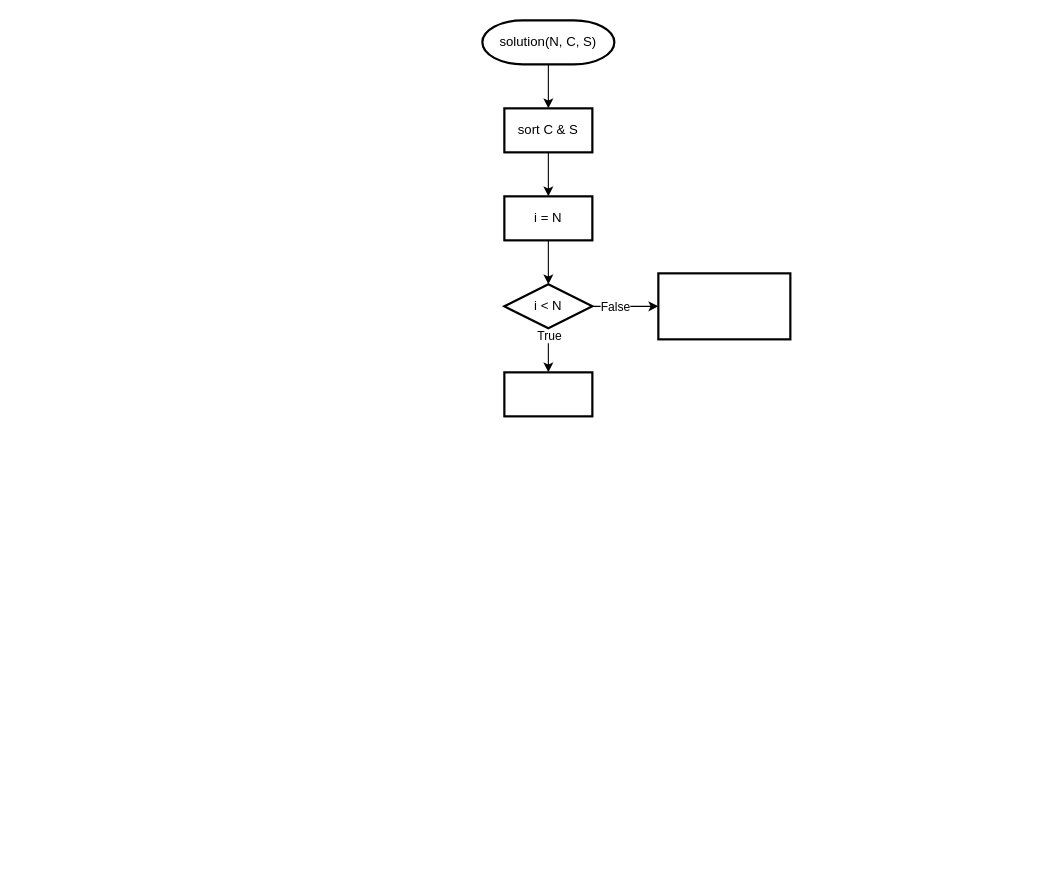
This is color ball.drawio from kalgory/201113_Color-Ball_JHM, a draw.io file, before an edit. Source tidied: cells renumbered, new cells numbered last; positions are measured from the earlier drawing's top-left corner, leaving out a move shared by most shapes. Both pictures are drawn from the tidied source at 110%, with x=0, y=0 at pixel (482, 20).
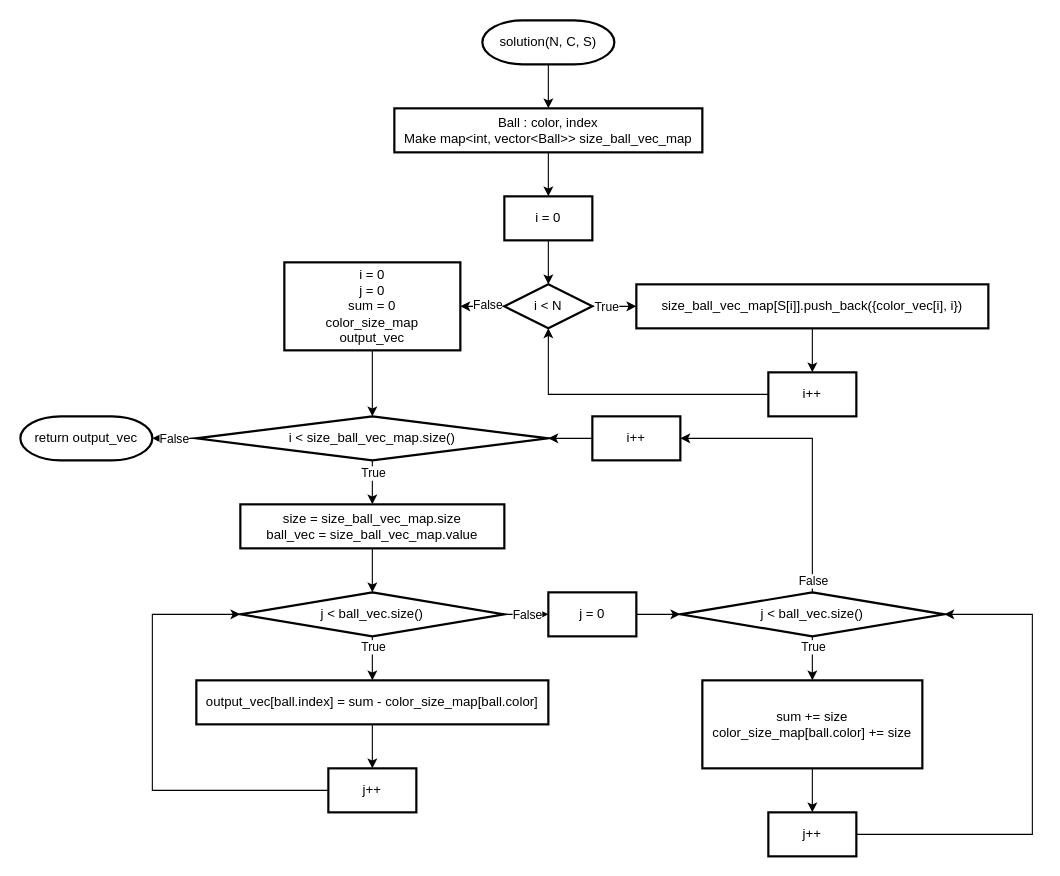
After the change.

Unchanged cells that the change refers to:
```xml
<mxCell id="3" value="solution(N, C, S)" style="strokeWidth=2;html=1;shape=mxgraph.flowchart.terminator;whiteSpace=wrap;" parent="1" vertex="1">
  <mxGeometry width="120" height="40" as="geometry" />
</mxCell>
<mxCell id="8" value="i &amp;lt; N" style="rhombus;whiteSpace=wrap;html=1;strokeWidth=2;" parent="1" vertex="1">
  <mxGeometry x="20" y="240" width="80" height="40" as="geometry" />
</mxCell>
```

Change to the diagram source:
```diff
@@
-    <mxCell id="2" style="edgeStyle=orthogonalEdgeStyle;rounded=0;jettySize=auto;html=1;" parent="1" edge="1" source="3" target="14">
-      <mxGeometry relative="1" as="geometry" />
-    </mxCell>
+    <mxCell id="15" style="edgeStyle=orthogonalEdgeStyle;rounded=0;jettySize=auto;html=1;" parent="1" edge="1" source="3" target="26">
+      <mxGeometry relative="1" as="geometry" />
+    </mxCell>
@@
-    <mxCell id="4" style="edgeStyle=orthogonalEdgeStyle;rounded=0;jettySize=auto;html=1;" parent="1" edge="1" source="8" target="9">
-      <mxGeometry relative="1" as="geometry" />
-    </mxCell>
-    <mxCell id="5" value="True" style="edgeLabel;html=1;align=center;verticalAlign=middle;" parent="4" vertex="1">
-      <mxGeometry x="-0.72" y="1" relative="1" as="geometry">
-        <mxPoint x="-1" as="offset" />
-      </mxGeometry>
-    </mxCell>
-    <mxCell id="6" style="edgeStyle=orthogonalEdgeStyle;rounded=0;jettySize=auto;html=1;" parent="1" edge="1" source="8" target="12">
-      <mxGeometry relative="1" as="geometry" />
-    </mxCell>
-    <mxCell id="7" value="False" style="edgeLabel;html=1;align=center;verticalAlign=middle;" parent="6" vertex="1">
-      <mxGeometry x="-0.75" y="3" relative="1" as="geometry">
-        <mxPoint x="12.6" y="3" as="offset" />
-      </mxGeometry>
-    </mxCell>
+    <mxCell id="16" style="edgeStyle=orthogonalEdgeStyle;rounded=0;jettySize=auto;html=1;" parent="1" edge="1" source="20" target="50">
+      <mxGeometry relative="1" as="geometry" />
+    </mxCell>
+    <mxCell id="17" value="True" style="edgeLabel;html=1;align=center;verticalAlign=middle;" parent="16" vertex="1">
+      <mxGeometry x="-0.43" y="-3" relative="1" as="geometry">
+        <mxPoint x="3" as="offset" />
+      </mxGeometry>
+    </mxCell>
+    <mxCell id="18" style="edgeStyle=orthogonalEdgeStyle;rounded=0;jettySize=auto;html=1;" parent="1" edge="1" source="20" target="27">
+      <mxGeometry relative="1" as="geometry" />
+    </mxCell>
+    <mxCell id="19" value="False" style="edgeLabel;html=1;align=center;verticalAlign=middle;" parent="18" vertex="1">
+      <mxGeometry x="-0.09" relative="1" as="geometry">
+        <mxPoint x="-2.1" as="offset" />
+      </mxGeometry>
+    </mxCell>
+    <mxCell id="20" value="i &amp;lt; size_ball_vec_map.size()" style="rhombus;whiteSpace=wrap;html=1;strokeWidth=2;" parent="1" vertex="1">
+      <mxGeometry x="-260" y="360" width="320" height="40" as="geometry" />
+    </mxCell>
+    <mxCell id="21" style="edgeStyle=orthogonalEdgeStyle;rounded=0;jettySize=auto;html=1;" parent="1" edge="1" source="22" target="34">
+      <mxGeometry relative="1" as="geometry" />
+    </mxCell>
+    <mxCell id="22" value="output_vec[ball.index] = sum - color_size_map[ball.color]" style="whiteSpace=wrap;html=1;strokeWidth=2;" parent="1" vertex="1">
+      <mxGeometry x="-260" y="600" width="320" height="40" as="geometry" />
+    </mxCell>
+    <mxCell id="23" style="edgeStyle=orthogonalEdgeStyle;rounded=0;jettySize=auto;html=1;" parent="1" edge="1" source="24" target="20">
+      <mxGeometry relative="1" as="geometry" />
+    </mxCell>
+    <mxCell id="24" value="i = 0&lt;br&gt;j = 0&lt;br&gt;sum = 0&lt;br&gt;color_size_map&lt;br&gt;output_vec" style="whiteSpace=wrap;html=1;strokeWidth=2;" parent="1" vertex="1">
+      <mxGeometry x="-180" y="220" width="160" height="80" as="geometry" />
+    </mxCell>
+    <mxCell id="25" style="edgeStyle=orthogonalEdgeStyle;rounded=0;jettySize=auto;html=1;" parent="1" edge="1" source="26" target="38">
+      <mxGeometry relative="1" as="geometry" />
+    </mxCell>
+    <mxCell id="26" value="&lt;div style=&quot;&quot;&gt;&lt;span&gt;Ball :&amp;nbsp;&lt;/span&gt;&lt;span&gt;color, index&lt;/span&gt;&lt;/div&gt;&lt;div style=&quot;&quot;&gt;Make map&amp;lt;int, vector&amp;lt;Ball&amp;gt;&amp;gt; size_ball_vec_map&lt;/div&gt;" style="whiteSpace=wrap;html=1;strokeWidth=2;align=center;" parent="1" vertex="1">
+      <mxGeometry x="-80" y="80" width="280" height="40" as="geometry" />
+    </mxCell>
+    <mxCell id="27" value="return output_vec" style="strokeWidth=2;html=1;shape=mxgraph.flowchart.terminator;whiteSpace=wrap;" parent="1" vertex="1">
+      <mxGeometry x="-420" y="360" width="120" height="40" as="geometry" />
+    </mxCell>
+    <mxCell id="28" style="edgeStyle=orthogonalEdgeStyle;rounded=0;jettySize=auto;html=1;" parent="1" edge="1" source="32" target="22">
+      <mxGeometry relative="1" as="geometry" />
+    </mxCell>
+    <mxCell id="29" value="True" style="edgeLabel;html=1;align=center;verticalAlign=middle;" parent="28" vertex="1">
+      <mxGeometry x="-0.53" y="-2" relative="1" as="geometry">
+        <mxPoint x="2" as="offset" />
+      </mxGeometry>
+    </mxCell>
+    <mxCell id="30" style="edgeStyle=orthogonalEdgeStyle;rounded=0;jettySize=auto;html=1;" parent="1" edge="1" source="32" target="48">
+      <mxGeometry relative="1" as="geometry" />
+    </mxCell>
+    <mxCell id="31" value="False" style="edgeLabel;html=1;align=center;verticalAlign=middle;" parent="30" vertex="1">
+      <mxGeometry x="-0.66" y="3" relative="1" as="geometry">
+        <mxPoint x="13.1" y="3" as="offset" />
+      </mxGeometry>
+    </mxCell>
+    <mxCell id="32" value="j &amp;lt; ball_vec.size()" style="rhombus;whiteSpace=wrap;html=1;strokeWidth=2;" parent="1" vertex="1">
+      <mxGeometry x="-220" y="520" width="240" height="40" as="geometry" />
+    </mxCell>
+    <mxCell id="33" style="edgeStyle=orthogonalEdgeStyle;rounded=0;jettySize=auto;html=1;entryX=0;entryY=0.5;entryDx=0;entryDy=0;" parent="1" edge="1" source="34" target="32">
+      <mxGeometry relative="1" as="geometry">
+        <Array as="points">
+          <mxPoint x="-300" y="700" />
+          <mxPoint x="-300" y="540" />
+        </Array>
+      </mxGeometry>
+    </mxCell>
+    <mxCell id="34" value="j++" style="whiteSpace=wrap;html=1;strokeWidth=2;" parent="1" vertex="1">
+      <mxGeometry x="-140" y="680" width="80" height="40" as="geometry" />
+    </mxCell>
+    <mxCell id="35" style="edgeStyle=orthogonalEdgeStyle;rounded=0;jettySize=auto;html=1;entryX=1;entryY=0.5;entryDx=0;entryDy=0;" parent="1" edge="1" source="36" target="20">
+      <mxGeometry relative="1" as="geometry" />
+    </mxCell>
+    <mxCell id="36" value="i++" style="whiteSpace=wrap;html=1;strokeWidth=2;" parent="1" vertex="1">
+      <mxGeometry x="100" y="360" width="80" height="40" as="geometry" />
+    </mxCell>
+    <mxCell id="37" style="edgeStyle=orthogonalEdgeStyle;rounded=0;jettySize=auto;html=1;" parent="1" edge="1" source="38" target="8">
+      <mxGeometry relative="1" as="geometry" />
+    </mxCell>
+    <mxCell id="38" value="i = 0" style="whiteSpace=wrap;html=1;strokeWidth=2;" parent="1" vertex="1">
+      <mxGeometry x="20" y="160" width="80" height="40" as="geometry" />
+    </mxCell>
+    <mxCell id="39" style="edgeStyle=orthogonalEdgeStyle;rounded=0;jettySize=auto;html=1;" parent="1" edge="1" source="8" target="44">
+      <mxGeometry relative="1" as="geometry" />
+    </mxCell>
+    <mxCell id="40" value="True" style="edgeLabel;html=1;align=center;verticalAlign=middle;" parent="39" vertex="1">
+      <mxGeometry x="-0.32" y="-2" relative="1" as="geometry">
+        <mxPoint x="-1.8" y="-2" as="offset" />
+      </mxGeometry>
+    </mxCell>
+    <mxCell id="41" style="edgeStyle=orthogonalEdgeStyle;rounded=0;jettySize=auto;html=1;entryX=1;entryY=0.5;entryDx=0;entryDy=0;" parent="1" edge="1" source="8" target="24">
+      <mxGeometry relative="1" as="geometry" />
+    </mxCell>
+    <mxCell id="42" value="False" style="edgeLabel;html=1;align=center;verticalAlign=middle;" parent="41" vertex="1">
+      <mxGeometry x="0.08" y="-2" relative="1" as="geometry">
+        <mxPoint x="6" as="offset" />
+      </mxGeometry>
+    </mxCell>
@@
-    <mxCell id="9" style="whiteSpace=wrap;html=1;strokeWidth=2;" parent="1" vertex="1">
-      <mxGeometry x="20" y="320" width="80" height="40" as="geometry" />
-    </mxCell>
-    <mxCell id="10" style="edgeStyle=orthogonalEdgeStyle;rounded=0;jettySize=auto;html=1;" parent="1" edge="1" source="11" target="8">
-      <mxGeometry relative="1" as="geometry" />
-    </mxCell>
-    <mxCell id="11" value="i = N" style="whiteSpace=wrap;html=1;strokeWidth=2;" parent="1" vertex="1">
-      <mxGeometry x="20" y="160" width="80" height="40" as="geometry" />
-    </mxCell>
-    <mxCell id="12" style="whiteSpace=wrap;html=1;strokeWidth=2;" parent="1" vertex="1">
-      <mxGeometry x="160" y="230" width="120" height="60" as="geometry" />
-    </mxCell>
-    <mxCell id="13" style="edgeStyle=orthogonalEdgeStyle;rounded=0;jettySize=auto;html=1;" parent="1" edge="1" source="14" target="11">
-      <mxGeometry relative="1" as="geometry" />
-    </mxCell>
-    <mxCell id="14" value="sort C &amp;amp; S" style="whiteSpace=wrap;html=1;strokeWidth=2;" parent="1" vertex="1">
-      <mxGeometry x="20" y="80" width="80" height="40" as="geometry" />
-    </mxCell>
+    <mxCell id="43" style="edgeStyle=orthogonalEdgeStyle;rounded=0;jettySize=auto;html=1;" parent="1" edge="1" source="44" target="46">
+      <mxGeometry relative="1" as="geometry" />
+    </mxCell>
+    <mxCell id="44" value="size_ball_vec_map[S[i]].push_back({color_vec[i], i})" style="whiteSpace=wrap;html=1;strokeWidth=2;" parent="1" vertex="1">
+      <mxGeometry x="140" y="240" width="320" height="40" as="geometry" />
+    </mxCell>
+    <mxCell id="45" style="edgeStyle=orthogonalEdgeStyle;rounded=0;jettySize=auto;html=1;entryX=0.5;entryY=1;entryDx=0;entryDy=0;" parent="1" edge="1" source="46" target="8">
+      <mxGeometry relative="1" as="geometry" />
+    </mxCell>
+    <mxCell id="46" value="i++" style="whiteSpace=wrap;html=1;strokeWidth=2;" parent="1" vertex="1">
+      <mxGeometry x="260" y="320" width="80" height="40" as="geometry" />
+    </mxCell>
+    <mxCell id="47" style="edgeStyle=orthogonalEdgeStyle;rounded=0;jettySize=auto;html=1;" parent="1" edge="1" source="48" target="57">
+      <mxGeometry relative="1" as="geometry" />
+    </mxCell>
+    <mxCell id="48" value="j = 0" style="whiteSpace=wrap;html=1;strokeWidth=2;" parent="1" vertex="1">
+      <mxGeometry x="60" y="520" width="80" height="40" as="geometry" />
+    </mxCell>
+    <mxCell id="49" style="edgeStyle=orthogonalEdgeStyle;rounded=0;jettySize=auto;html=1;" parent="1" edge="1" source="50" target="32">
+      <mxGeometry relative="1" as="geometry" />
+    </mxCell>
+    <mxCell id="50" value="size = size_ball_vec_map.size&lt;br&gt;ball_vec = size_ball_vec_map.value" style="whiteSpace=wrap;html=1;strokeWidth=2;" parent="1" vertex="1">
+      <mxGeometry x="-220" y="440" width="240" height="40" as="geometry" />
+    </mxCell>
+    <mxCell id="51" style="edgeStyle=orthogonalEdgeStyle;rounded=0;jettySize=auto;html=1;" parent="1" edge="1" source="52" target="59">
+      <mxGeometry relative="1" as="geometry" />
+    </mxCell>
+    <mxCell id="52" value="sum += size&lt;br&gt;color_size_map[ball.color] += size" style="whiteSpace=wrap;html=1;strokeWidth=2;" parent="1" vertex="1">
+      <mxGeometry x="200" y="600" width="200" height="80" as="geometry" />
+    </mxCell>
+    <mxCell id="53" style="edgeStyle=orthogonalEdgeStyle;rounded=0;jettySize=auto;html=1;" parent="1" edge="1" source="57" target="52">
+      <mxGeometry relative="1" as="geometry" />
+    </mxCell>
+    <mxCell id="54" value="True" style="edgeLabel;html=1;align=center;verticalAlign=middle;" parent="53" vertex="1">
+      <mxGeometry x="-0.53" y="-2" relative="1" as="geometry">
+        <mxPoint x="2" as="offset" />
+      </mxGeometry>
+    </mxCell>
+    <mxCell id="55" style="edgeStyle=orthogonalEdgeStyle;rounded=0;jettySize=auto;html=1;entryX=1;entryY=0.5;entryDx=0;entryDy=0;" parent="1" edge="1" source="57" target="36">
+      <mxGeometry relative="1" as="geometry" />
+    </mxCell>
+    <mxCell id="56" value="False" style="edgeLabel;html=1;align=center;verticalAlign=middle;" parent="55" vertex="1">
+      <mxGeometry x="-0.77" y="3" relative="1" as="geometry">
+        <mxPoint x="3" y="19.6" as="offset" />
+      </mxGeometry>
+    </mxCell>
+    <mxCell id="57" value="j &amp;lt; ball_vec.size()" style="rhombus;whiteSpace=wrap;html=1;strokeWidth=2;" parent="1" vertex="1">
+      <mxGeometry x="180" y="520" width="240" height="40" as="geometry" />
+    </mxCell>
+    <mxCell id="58" style="edgeStyle=orthogonalEdgeStyle;rounded=0;jettySize=auto;html=1;entryX=1;entryY=0.5;entryDx=0;entryDy=0;" parent="1" edge="1" source="59" target="57">
+      <mxGeometry relative="1" as="geometry">
+        <Array as="points">
+          <mxPoint x="500" y="740" />
+          <mxPoint x="500" y="540" />
+        </Array>
+      </mxGeometry>
+    </mxCell>
+    <mxCell id="59" value="j++" style="whiteSpace=wrap;html=1;strokeWidth=2;" parent="1" vertex="1">
+      <mxGeometry x="260" y="720" width="80" height="40" as="geometry" />
+    </mxCell>
```
